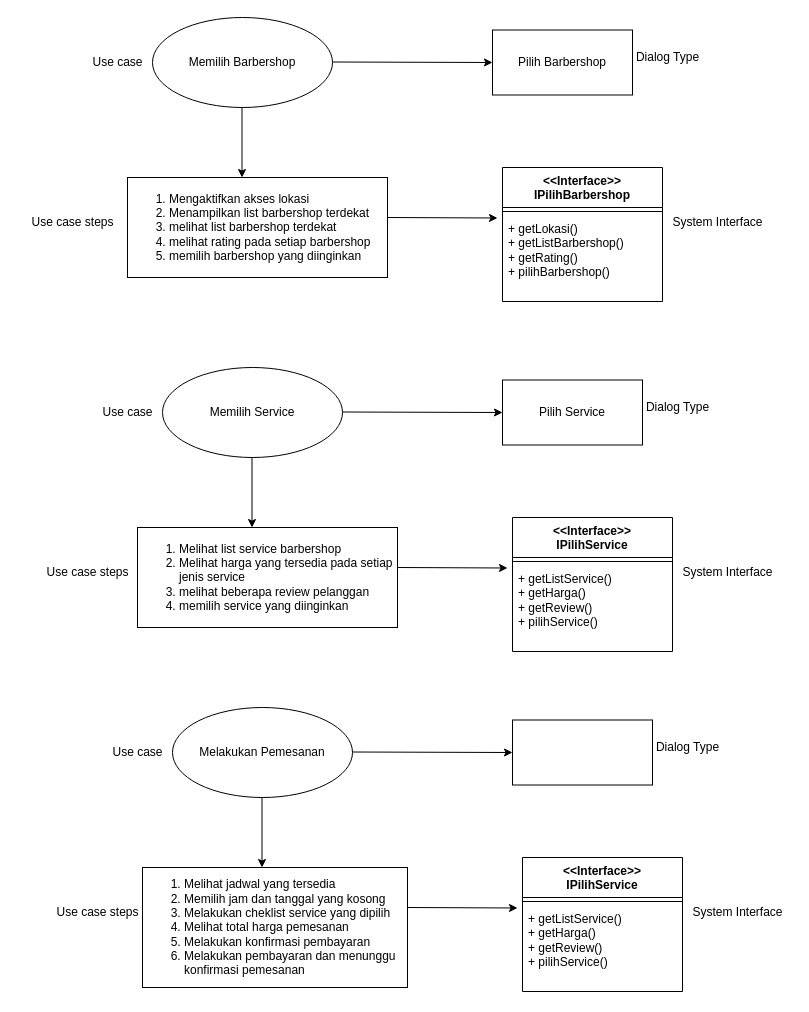
Earlier version of the draw.io diagram System Interface.drawio (zafran72/sistem-booking-barbershop). Source tidied: cells renumbered, new cells numbered last; positions are measured from the earlier drawing's top-left corner, leaving out a move shared by most shapes. Both pictures are drawn from the tidied source at 100%, with x=0, y=0 at pixel (17, 17).
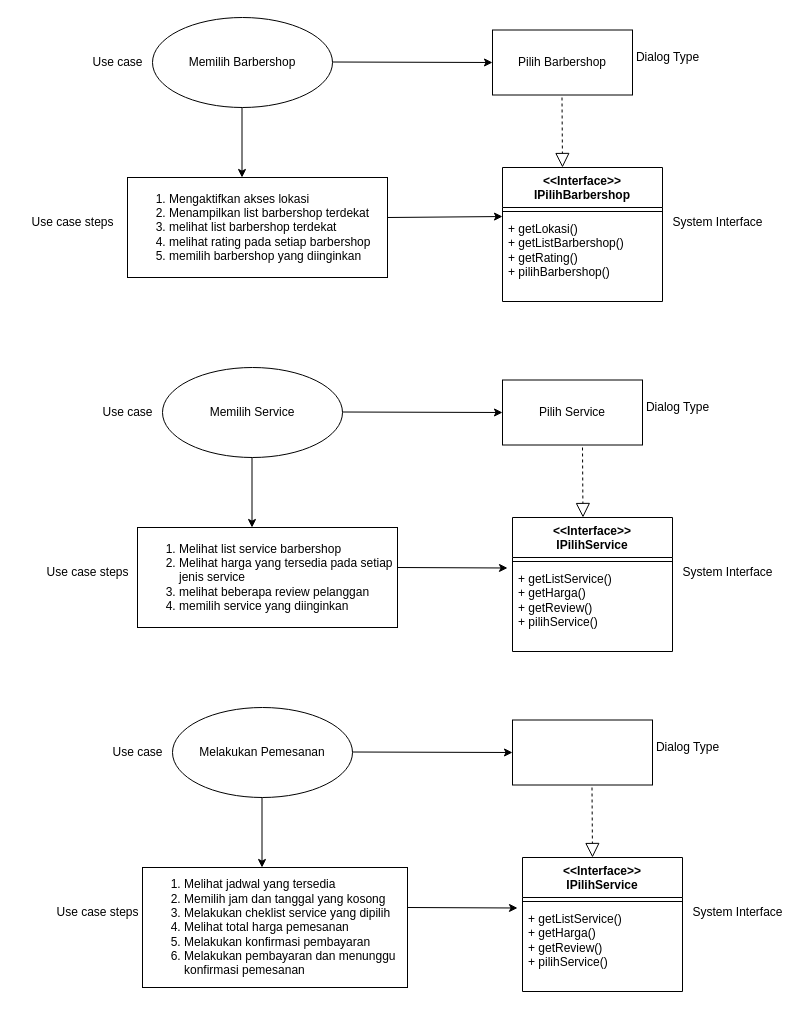
The same page after the edit.

The change refers to these unchanged cells:
```xml
<mxCell id="13" value="+ getLokasi()&lt;br&gt;+ getListBarbershop()&lt;br&gt;+ getRating()&lt;br&gt;+ pilihBarbershop()" style="text;strokeColor=none;fillColor=none;align=left;verticalAlign=top;spacingLeft=4;spacingRight=4;overflow=hidden;points=[[0,0.5],[1,0.5]];portConstraint=eastwest;whiteSpace=wrap;html=1;" parent="11" vertex="1">
  <mxGeometry y="48" width="160" height="86" as="geometry" />
</mxCell>
```

The edit, as a diff of the source:
```diff
@@
-    <mxCell id="7" style="endArrow=classic;html=1;rounded=0;" parent="1" edge="1">
+    <mxCell id="7" style="endArrow=classic;html=1;rounded=0;entryX=0;entryY=0.012;entryDx=0;entryDy=0;entryPerimeter=0;" parent="1" edge="1" target="13">
       <mxGeometry relative="1" as="geometry">
         <mxPoint x="370" y="200" as="sourcePoint" />
-        <mxPoint x="480" y="200.5" as="targetPoint" />
       </mxGeometry>
     </mxCell>
@@
+    <mxCell id="41" style="endArrow=block;dashed=1;endFill=0;endSize=12;html=1;rounded=0;entryX=0.381;entryY=-0.03;entryDx=0;entryDy=0;entryPerimeter=0;" parent="1" edge="1">
+      <mxGeometry relative="1" as="geometry">
+        <mxPoint x="565" y="430" as="sourcePoint" />
+        <mxPoint x="565.5" y="500" as="targetPoint" />
+      </mxGeometry>
+    </mxCell>
+    <mxCell id="42" style="endArrow=block;dashed=1;endFill=0;endSize=12;html=1;rounded=0;entryX=0.381;entryY=-0.03;entryDx=0;entryDy=0;entryPerimeter=0;" parent="1" edge="1">
+      <mxGeometry relative="1" as="geometry">
+        <mxPoint x="574.5" y="770" as="sourcePoint" />
+        <mxPoint x="575" y="840" as="targetPoint" />
+      </mxGeometry>
+    </mxCell>
+    <mxCell id="43" style="endArrow=block;dashed=1;endFill=0;endSize=12;html=1;rounded=0;entryX=0.381;entryY=-0.03;entryDx=0;entryDy=0;entryPerimeter=0;" parent="1" edge="1">
+      <mxGeometry relative="1" as="geometry">
+        <mxPoint x="544.5" y="80" as="sourcePoint" />
+        <mxPoint x="545" y="150" as="targetPoint" />
+      </mxGeometry>
+    </mxCell>
```
